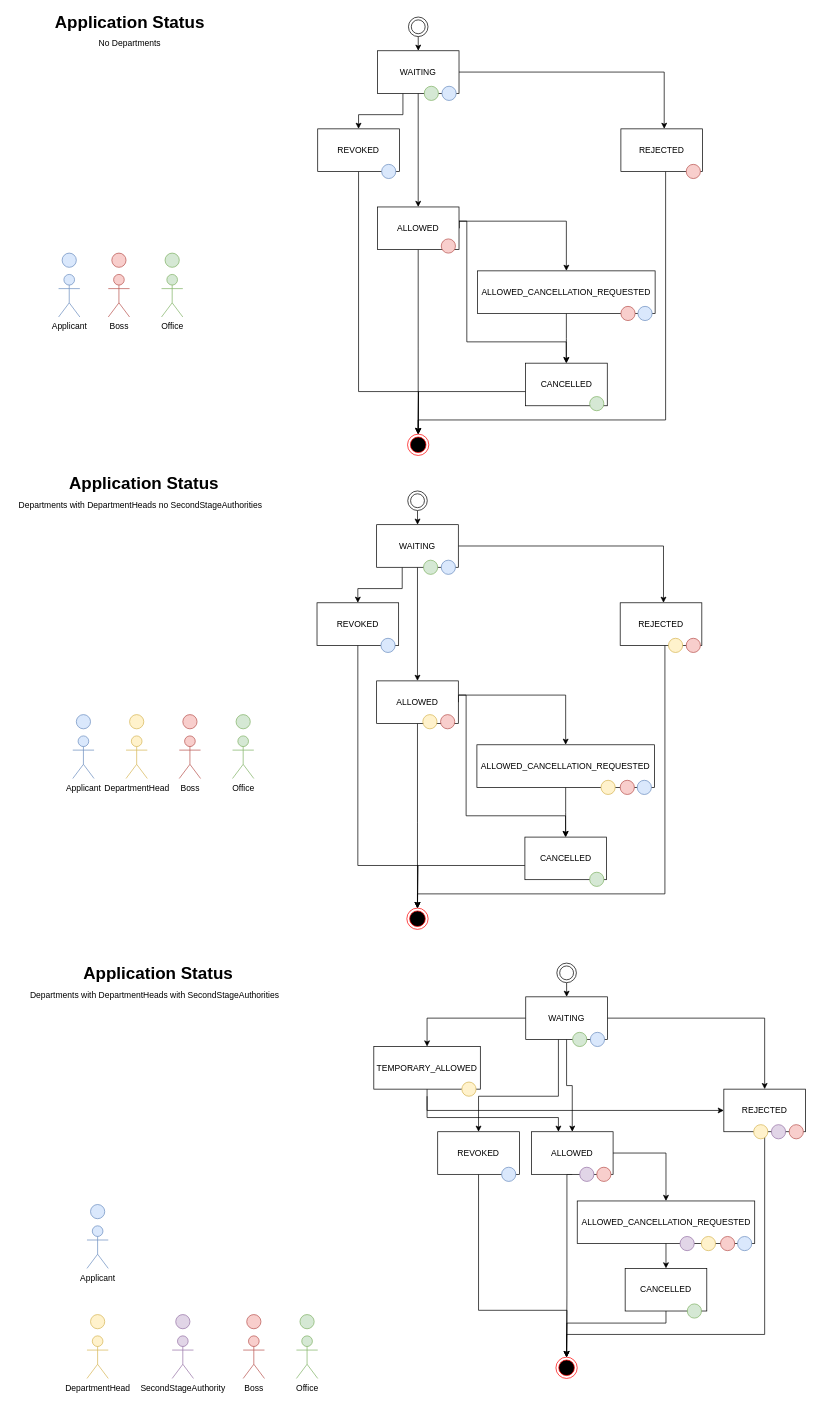
The draw.io diagram .docs/application-status.drawio in urlaubsverwaltung/urlaubsverwaltung, before the edit. Source tidied: cells renumbered, new cells numbered last; positions are measured from the earlier drawing's top-left corner, leaving out a move shared by most shapes. Both pictures are drawn from the tidied source at 71%, with x=0, y=0 at pixel (12, 15).
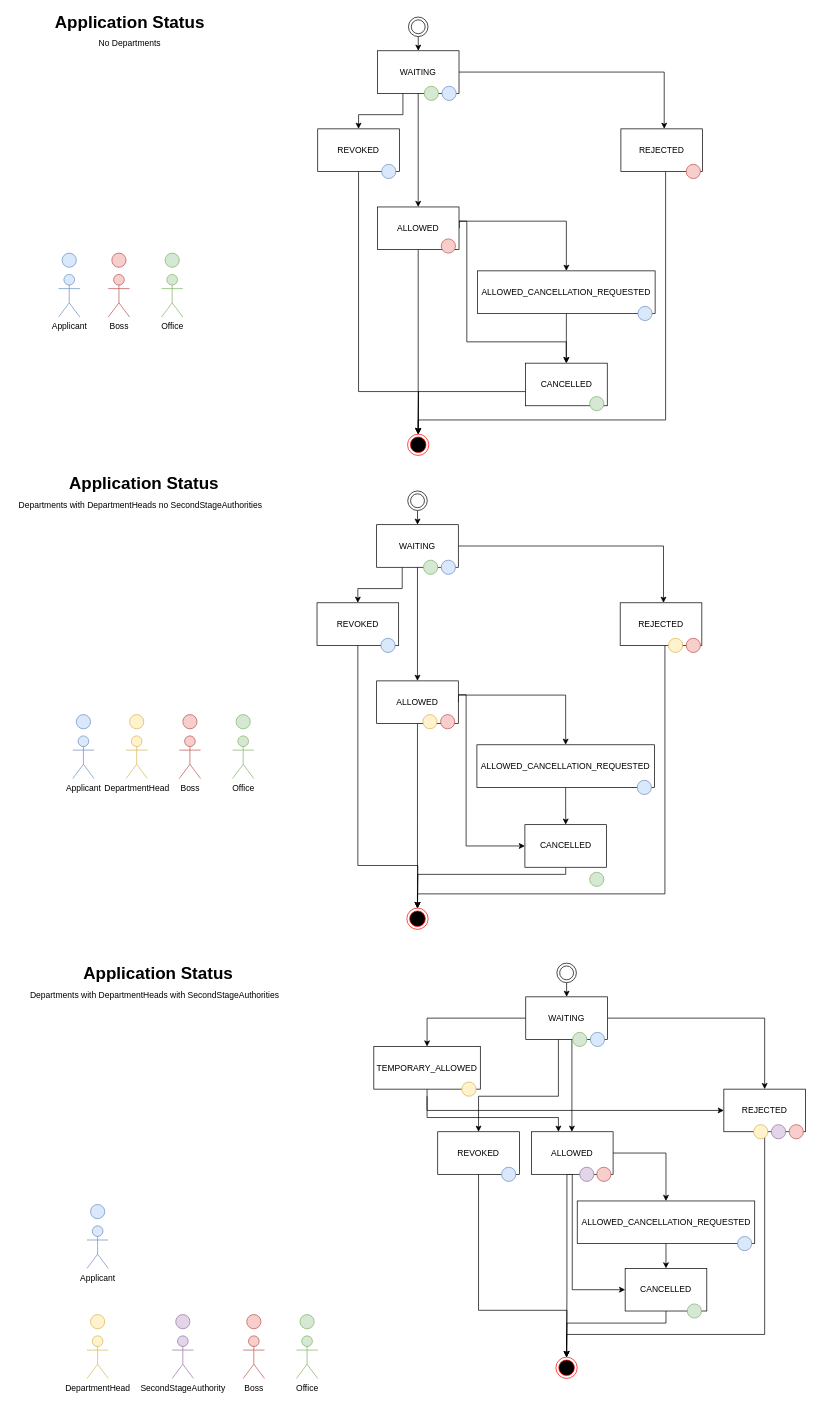
The same diagram, later.

Commit message (it also covers changes not shown here):
add application status docs

Unchanged cells that the change refers to:
```xml
<mxCell id="45" value="WAITING" style="rounded=0;whiteSpace=wrap;html=1;" parent="1" vertex="1">
  <mxGeometry x="723" y="1382.5" width="115" height="60" as="geometry" />
</mxCell>
<mxCell id="67" style="ellipse;whiteSpace=wrap;html=1;fillColor=#d5e8d4;strokeColor=#82b366;" parent="1" vertex="1">
  <mxGeometry x="789" y="1432.5" width="20" height="20" as="geometry" />
</mxCell>
<mxCell id="75" style="group;" parent="1" vertex="1">
  <mxGeometry x="655.2" y="360" width="250" height="70" as="geometry" />
</mxCell>
<mxCell id="86" value="ALLOWED" style="rounded=0;whiteSpace=wrap;html=1;" parent="1" vertex="1">
  <mxGeometry x="513" y="937.5" width="115" height="60" as="geometry" />
</mxCell>
<mxCell id="89" style="ellipse;html=1;shape=endState;fillColor=#000000;strokeColor=#ff0000;" parent="1" vertex="1">
  <mxGeometry x="555.5" y="1257.5" width="30" height="30" as="geometry" />
</mxCell>
<mxCell id="106" style="group;" parent="1" vertex="1">
  <mxGeometry x="654.2" y="1027.5" width="250" height="70" as="geometry" />
</mxCell>
<mxCell id="120" value="ALLOWED" style="rounded=0;whiteSpace=wrap;html=1;" parent="119" vertex="1">
  <mxGeometry width="115" height="60" as="geometry" />
</mxCell>
<mxCell id="124" value="CANCELLED" style="rounded=0;whiteSpace=wrap;html=1;" parent="123" vertex="1">
  <mxGeometry width="115" height="60" as="geometry" />
</mxCell>
<mxCell id="132" style="group;" parent="1" vertex="1">
  <mxGeometry x="795.5" y="1670" width="250" height="70" as="geometry" />
</mxCell>
```

Change to the diagram source:
```diff
@@
-    <mxCell id="42" style="edgeStyle=orthogonalEdgeStyle;rounded=0;jettySize=auto;html=1;" parent="1" edge="1" source="45" target="120">
-      <mxGeometry relative="1" as="geometry" />
+    <mxCell id="42" style="edgeStyle=orthogonalEdgeStyle;rounded=0;jettySize=auto;html=1;exitX=0;exitY=0.5;exitDx=0;exitDy=0;" parent="1" edge="1" source="67" target="120">
+      <mxGeometry relative="1" as="geometry">
+        <Array as="points">
+          <mxPoint x="788" y="1443" />
+        </Array>
+      </mxGeometry>
     </mxCell>
@@
-    <mxCell id="78" style="ellipse;whiteSpace=wrap;html=1;fillColor=#f8cecc;strokeColor=#b85450;" parent="75" vertex="1">
-      <mxGeometry x="201.8" y="50" width="20" height="20" as="geometry" />
-    </mxCell>
@@
-    <mxCell id="85" style="edgeStyle=orthogonalEdgeStyle;rounded=0;jettySize=auto;html=1;exitX=1;exitY=0.5;exitDx=0;exitDy=0;" parent="1" edge="1" source="86" target="93">
+    <mxCell id="85" style="edgeStyle=orthogonalEdgeStyle;rounded=0;jettySize=auto;html=1;exitX=1;exitY=0.5;exitDx=0;exitDy=0;entryX=0;entryY=0.5;entryDx=0;entryDy=0;" parent="1" edge="1" source="86" target="93">
       <mxGeometry relative="1" as="geometry">
         <Array as="points">
-          <mxPoint x="628" y="957.5" />
-          <mxPoint x="639" y="957.5" />
-          <mxPoint x="639" y="1127.5" />
-          <mxPoint x="779" y="1127.5" />
+          <mxPoint x="628" y="957" />
+          <mxPoint x="639" y="957" />
+          <mxPoint x="639" y="1170" />
         </Array>
       </mxGeometry>
     </mxCell>
@@
     <mxCell id="92" style="edgeStyle=orthogonalEdgeStyle;rounded=0;jettySize=auto;html=1;" parent="1" edge="1" source="93" target="89">
       <mxGeometry relative="1" as="geometry">
         <Array as="points">
-          <mxPoint x="571" y="1197.5" />
+          <mxPoint x="779" y="1210" />
+          <mxPoint x="571" y="1210" />
         </Array>
       </mxGeometry>
     </mxCell>
     <mxCell id="93" value="CANCELLED" style="rounded=0;whiteSpace=wrap;html=1;" parent="1" vertex="1">
-      <mxGeometry x="721.8" y="1157.5" width="115" height="60" as="geometry" />
+      <mxGeometry x="721.8" y="1140" width="115" height="60" as="geometry" />
     </mxCell>
@@
-    <mxCell id="109" style="ellipse;whiteSpace=wrap;html=1;fillColor=#f8cecc;strokeColor=#b85450;" parent="106" vertex="1">
-      <mxGeometry x="201.8" y="50" width="20" height="20" as="geometry" />
-    </mxCell>
-    <mxCell id="110" style="ellipse;whiteSpace=wrap;html=1;fillColor=#fff2cc;strokeColor=#d6b656;" parent="106" vertex="1">
-      <mxGeometry x="174.8" y="50" width="20" height="20" as="geometry" />
-    </mxCell>
@@
-    <mxCell id="135" style="ellipse;whiteSpace=wrap;html=1;fillColor=#f8cecc;strokeColor=#b85450;" parent="132" vertex="1">
-      <mxGeometry x="201.8" y="50" width="20" height="20" as="geometry" />
-    </mxCell>
-    <mxCell id="136" style="ellipse;whiteSpace=wrap;html=1;fillColor=#fff2cc;strokeColor=#d6b656;" parent="132" vertex="1">
-      <mxGeometry x="174.8" y="50" width="20" height="20" as="geometry" />
-    </mxCell>
-    <mxCell id="137" style="ellipse;whiteSpace=wrap;html=1;fillColor=#e1d5e7;strokeColor=#9673a6;" parent="132" vertex="1">
-      <mxGeometry x="144.8" y="50" width="20" height="20" as="geometry" />
-    </mxCell>
@@
+    <mxCell id="140" style="edgeStyle=orthogonalEdgeStyle;rounded=0;jettySize=auto;html=1;exitX=0.5;exitY=1;exitDx=0;exitDy=0;entryX=0;entryY=0.5;entryDx=0;entryDy=0;" parent="1" edge="1" source="120" target="124">
+      <mxGeometry relative="1" as="geometry" />
+    </mxCell>
```
